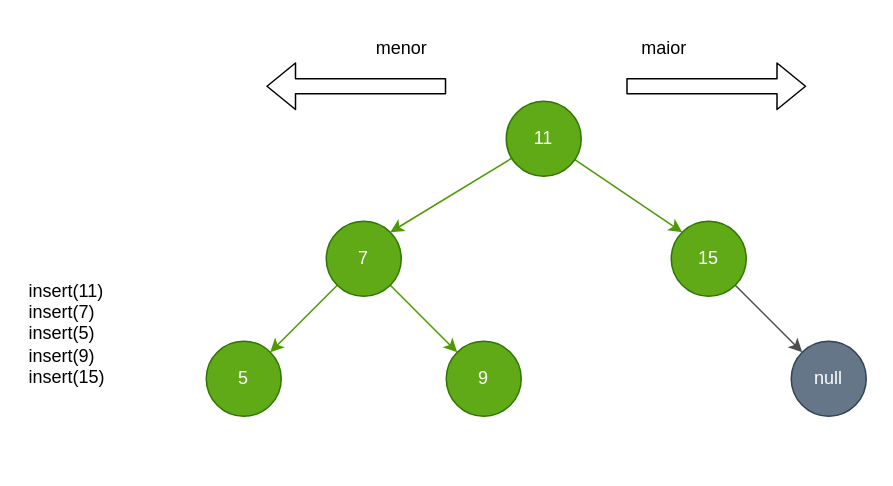
Earlier version of the draw.io diagram foundation/draw/binary-tree.drawio (vserpa/foundation-algorithms-javascript). Source tidied: cells renumbered, new cells numbered last; positions are measured from the earlier drawing's top-left corner, leaving out a move shared by most shapes. Both pictures are drawn from the tidied source at 150%, with x=0, y=0 at pixel (26, 26).
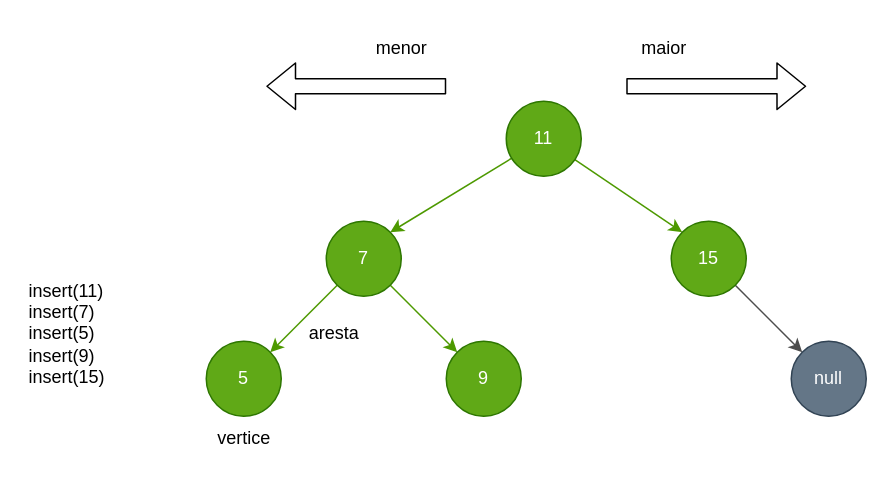
After the change.

Commit message:
update tree model

Diff of the diagram source:
```diff
@@
+    <mxCell id="18" value="vertice" style="text;html=1;align=center;verticalAlign=middle;strokeColor=none;fillColor=none;" parent="1" vertex="1">
+      <mxGeometry x="115" y="260" width="60" height="30" as="geometry" />
+    </mxCell>
+    <mxCell id="19" value="aresta" style="text;html=1;align=center;verticalAlign=middle;strokeColor=none;fillColor=none;" parent="1" vertex="1">
+      <mxGeometry x="175" y="190" width="60" height="30" as="geometry" />
+    </mxCell>
```
